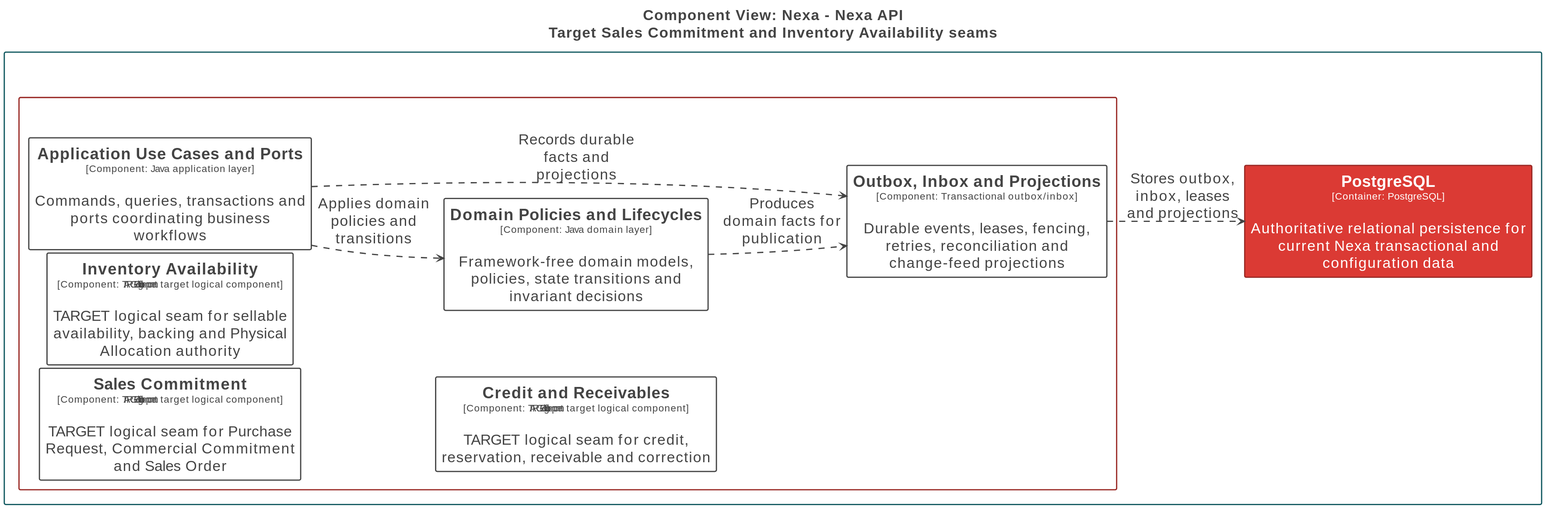
Above: report/assets/chapter-2/c4/Nexa-API-CommercialInventory-TARGET.svg in nexa-suite/mobile-report (PlantUML), before the change.
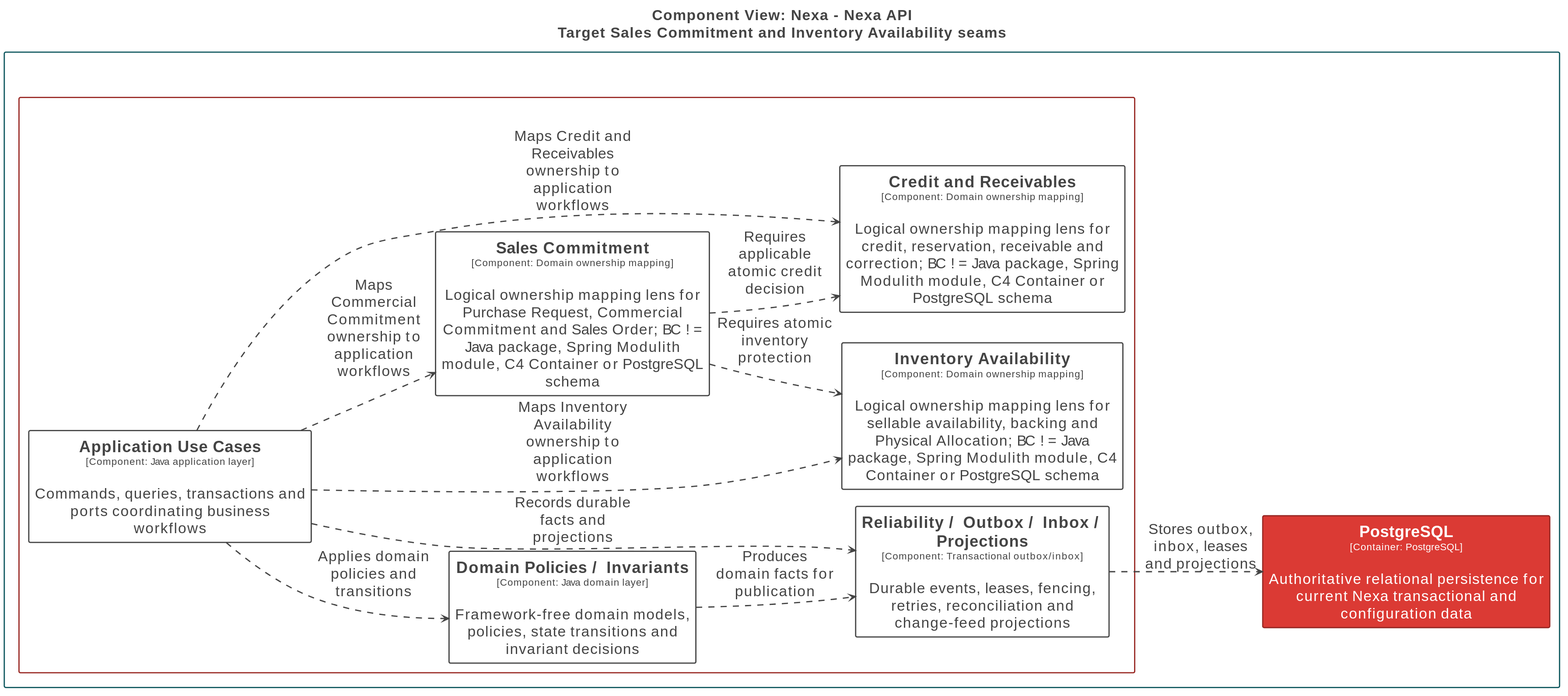
Later version of the same file.

What changed in the source:
```diff
@@ -70,20 +70,25 @@
 </style>
 
 rectangle "Nexa\n<size:16>[Software System]</size>" <<Boundary-TmV4YQ==>> {
-  rectangle "Nexa API\n<size:16>[Container: Java 25 / Spring Boot 4.1 / Spring Modulith modular monolith]</size>" <<Boundary-TmV4YSBBUEk=>> {
-    rectangle "==Application Use Cases and Ports\n<size:16>[Component: Java application layer]</size>\n\nCommands, queries, transactions and ports coordinating business workflows" <<Element-RWxlbWVudA==>> as Nexa.NexaAPI.ApplicationUseCasesandPorts
-    rectangle "==Domain Policies and Lifecycles\n<size:16>[Component: Java domain layer]</size>\n\nFramework-free domain models, policies, state transitions and invariant decisions" <<Element-RWxlbWVudA==>> as Nexa.NexaAPI.DomainPoliciesandLifecycles
-    rectangle "==Outbox, Inbox and Projections\n<size:16>[Component: Transactional outbox/inbox]</size>\n\nDurable events, leases, fencing, retries, reconciliation and change-feed projections" <<Element-RWxlbWVudA==>> as Nexa.NexaAPI.OutboxInboxandProjections
-    rectangle "==Sales Commitment\n<size:16>[Component: PRE-V1 target logical component]</size>\n\nTARGET logical seam for Purchase Request, Commercial Commitment and Sales Order" <<Element-RWxlbWVudA==>> as Nexa.NexaAPI.SalesCommitment
-    rectangle "==Inventory Availability\n<size:16>[Component: PRE-V1 target logical component]</size>\n\nTARGET logical seam for sellable availability, backing and Physical Allocation authority" <<Element-RWxlbWVudA==>> as Nexa.NexaAPI.InventoryAvailability
-    rectangle "==Credit and Receivables\n<size:16>[Component: PRE-V1 target logical component]</size>\n\nTARGET logical seam for credit, reservation, receivable and correction" <<Element-RWxlbWVudA==>> as Nexa.NexaAPI.CreditandReceivables
+  rectangle "Nexa API\n<size:16>[Container: Java 25 / Spring Boot 4.1 / Spring Modulith]</size>" <<Boundary-TmV4YSBBUEk=>> {
+    rectangle "==Application Use Cases\n<size:16>[Component: Java application layer]</size>\n\nCommands, queries, transactions and ports coordinating business workflows" <<Element-RWxlbWVudA==>> as Nexa.NexaAPI.ApplicationUseCases
+    rectangle "==Domain Policies / Invariants\n<size:16>[Component: Java domain layer]</size>\n\nFramework-free domain models, policies, state transitions and invariant decisions" <<Element-RWxlbWVudA==>> as Nexa.NexaAPI.DomainPoliciesInvariants
+    rectangle "==Reliability / Outbox / Inbox / Projections\n<size:16>[Component: Transactional outbox/inbox]</size>\n\nDurable events, leases, fencing, retries, reconciliation and change-feed projections" <<Element-RWxlbWVudA==>> as Nexa.NexaAPI.ReliabilityOutboxInboxProjections
+    rectangle "==Sales Commitment\n<size:16>[Component: Domain ownership mapping]</size>\n\nLogical ownership mapping lens for Purchase Request, Commercial Commitment and Sales Order; BC != Java package, Spring Modulith module, C4 Container or PostgreSQL schema" <<Element-RWxlbWVudA==>> as Nexa.NexaAPI.SalesCommitment
+    rectangle "==Inventory Availability\n<size:16>[Component: Domain ownership mapping]</size>\n\nLogical ownership mapping lens for sellable availability, backing and Physical Allocation; BC != Java package, Spring Modulith module, C4 Container or PostgreSQL schema" <<Element-RWxlbWVudA==>> as Nexa.NexaAPI.InventoryAvailability
+    rectangle "==Credit and Receivables\n<size:16>[Component: Domain ownership mapping]</size>\n\nLogical ownership mapping lens for credit, reservation, receivable and correction; BC != Java package, Spring Modulith module, C4 Container or PostgreSQL schema" <<Element-RWxlbWVudA==>> as Nexa.NexaAPI.CreditandReceivables
   }
 
   rectangle "==PostgreSQL\n<size:16>[Container: PostgreSQL]</size>\n\nAuthoritative relational persistence for current Nexa transactional and configuration data" <<Element-RWxlbWVudCxDb250YWluZXI=>> as Nexa.PostgreSQL
 }
 
-Nexa.NexaAPI.ApplicationUseCasesandPorts --> Nexa.NexaAPI.DomainPoliciesandLifecycles <<Relationship-UmVsYXRpb25zaGlw>> : "Applies domain policies and transitions"
-Nexa.NexaAPI.ApplicationUseCasesandPorts --> Nexa.NexaAPI.OutboxInboxandProjections <<Relationship-UmVsYXRpb25zaGlw>> : "Records durable facts and projections"
-Nexa.NexaAPI.DomainPoliciesandLifecycles --> Nexa.NexaAPI.OutboxInboxandProjections <<Relationship-UmVsYXRpb25zaGlw>> : "Produces domain facts for publication"
-Nexa.NexaAPI.OutboxInboxandProjections --> Nexa.PostgreSQL <<Relationship-UmVsYXRpb25zaGlw>> : "Stores outbox, inbox, leases and projections"
+Nexa.NexaAPI.ApplicationUseCases --> Nexa.NexaAPI.DomainPoliciesInvariants <<Relationship-UmVsYXRpb25zaGlw>> : "Applies domain policies and transitions"
+Nexa.NexaAPI.ApplicationUseCases --> Nexa.NexaAPI.ReliabilityOutboxInboxProjections <<Relationship-UmVsYXRpb25zaGlw>> : "Records durable facts and projections"
+Nexa.NexaAPI.DomainPoliciesInvariants --> Nexa.NexaAPI.ReliabilityOutboxInboxProjections <<Relationship-UmVsYXRpb25zaGlw>> : "Produces domain facts for publication"
+Nexa.NexaAPI.ReliabilityOutboxInboxProjections --> Nexa.PostgreSQL <<Relationship-UmVsYXRpb25zaGlw>> : "Stores outbox, inbox, leases and projections"
+Nexa.NexaAPI.ApplicationUseCases --> Nexa.NexaAPI.SalesCommitment <<Relationship-UmVsYXRpb25zaGlw>> : "Maps Commercial Commitment ownership to application workflows"
+Nexa.NexaAPI.ApplicationUseCases --> Nexa.NexaAPI.InventoryAvailability <<Relationship-UmVsYXRpb25zaGlw>> : "Maps Inventory Availability ownership to application workflows"
+Nexa.NexaAPI.ApplicationUseCases --> Nexa.NexaAPI.CreditandReceivables <<Relationship-UmVsYXRpb25zaGlw>> : "Maps Credit and Receivables ownership to application workflows"
+Nexa.NexaAPI.SalesCommitment --> Nexa.NexaAPI.InventoryAvailability <<Relationship-UmVsYXRpb25zaGlw>> : "Requires atomic inventory protection"
+Nexa.NexaAPI.SalesCommitment --> Nexa.NexaAPI.CreditandReceivables <<Relationship-UmVsYXRpb25zaGlw>> : "Requires applicable atomic credit decision"
 @enduml
```
